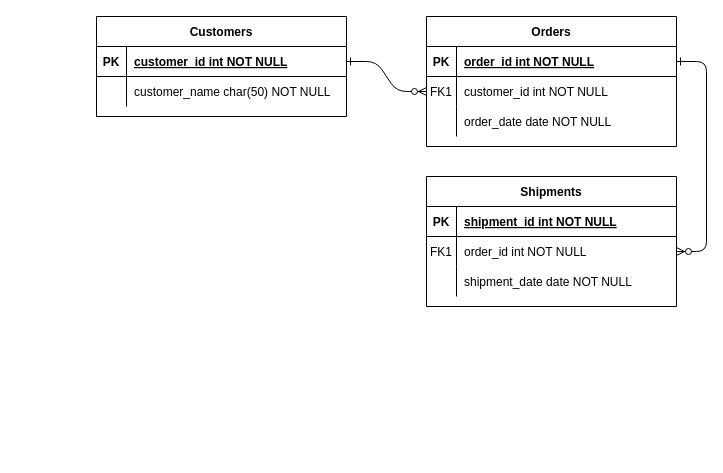
The draw.io diagram Untitled Diagram.drawio in ivamtra/idordaverkefni, before the edit. Source tidied: cells renumbered, new cells numbered last; positions are measured from the earlier drawing's top-left corner, leaving out a move shared by most shapes. Both pictures are drawn from the tidied source at 100%, with x=0, y=0 at pixel (96, 16).
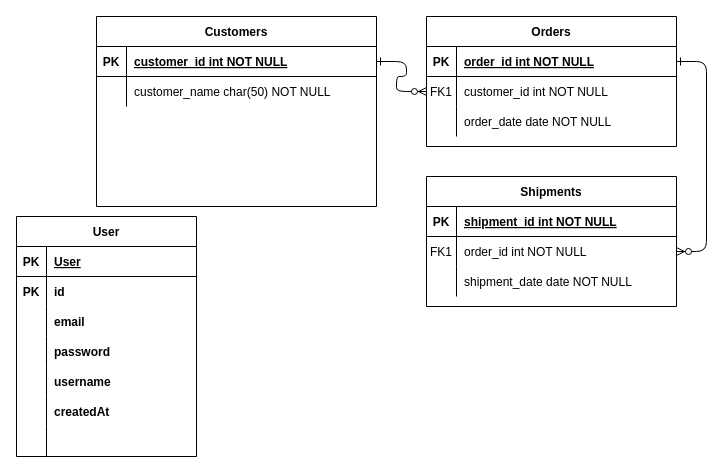
The same diagram, later.

What changed in the source:
```diff
@@
     <mxCell id="24" value="Customers" style="shape=table;startSize=30;childLayout=tableLayout;rowLines=0;fontStyle=1;align=center;" parent="1" vertex="1">
-      <mxGeometry width="250" height="100" as="geometry" />
+      <mxGeometry width="280" height="190" as="geometry" />
     </mxCell>
     <mxCell id="25" style="shape=partialRectangle;fillColor=none;points=[[0,0.5],[1,0.5]];portConstraint=eastwest;top=0;left=0;right=0;bottom=1;" parent="24" vertex="1">
-      <mxGeometry y="30" width="250" height="30" as="geometry" />
+      <mxGeometry y="30" width="280" height="30" as="geometry" />
     </mxCell>
@@
     <mxCell id="27" value="customer_id int NOT NULL " style="shape=partialRectangle;overflow=hidden;fillColor=none;top=0;left=0;bottom=0;right=0;align=left;spacingLeft=6;fontStyle=5;" parent="25" vertex="1">
-      <mxGeometry x="30" width="220" height="30" as="geometry" />
+      <mxGeometry x="30" width="250" height="30" as="geometry" />
     </mxCell>
     <mxCell id="28" style="shape=partialRectangle;fillColor=none;top=0;left=0;right=0;bottom=0;" parent="24" vertex="1">
-      <mxGeometry y="60" width="250" height="30" as="geometry" />
+      <mxGeometry y="60" width="280" height="30" as="geometry" />
     </mxCell>
@@
     <mxCell id="30" value="customer_name char(50) NOT NULL" style="shape=partialRectangle;overflow=hidden;fillColor=none;top=0;left=0;bottom=0;right=0;align=left;spacingLeft=6;" parent="28" vertex="1">
-      <mxGeometry x="30" width="220" height="30" as="geometry" />
+      <mxGeometry x="30" width="250" height="30" as="geometry" />
     </mxCell>
+    <mxCell id="31" value="User" style="shape=table;startSize=30;childLayout=tableLayout;rowLines=0;fontStyle=1;align=center;" parent="1" vertex="1">
+      <mxGeometry x="-80" y="200" width="180" height="240" as="geometry" />
+    </mxCell>
+    <mxCell id="32" style="shape=tableRow;horizontal=0;startSize=0;swimlaneHead=0;swimlaneBody=0;fillColor=none;top=0;left=0;right=0;bottom=1;" parent="31" vertex="1">
+      <mxGeometry y="30" width="180" height="30" as="geometry" />
+    </mxCell>
+    <mxCell id="33" value="PK" style="shape=partialRectangle;fillColor=none;top=0;left=0;bottom=0;right=0;fontStyle=1;overflow=hidden;" parent="32" vertex="1">
+      <mxGeometry width="30" height="30" as="geometry" />
+    </mxCell>
+    <mxCell id="34" value="User" style="shape=partialRectangle;fillColor=none;top=0;left=0;bottom=0;right=0;align=left;spacingLeft=6;fontStyle=5;overflow=hidden;" parent="32" vertex="1">
+      <mxGeometry x="30" width="150" height="30" as="geometry" />
+    </mxCell>
+    <mxCell id="35" style="shape=tableRow;horizontal=0;startSize=0;swimlaneHead=0;swimlaneBody=0;fillColor=none;top=0;left=0;right=0;bottom=0;" parent="31" vertex="1">
+      <mxGeometry y="60" width="180" height="30" as="geometry" />
+    </mxCell>
+    <mxCell id="36" value="PK" style="shape=partialRectangle;fillColor=none;top=0;left=0;bottom=0;right=0;overflow=hidden;fontStyle=1;" parent="35" vertex="1">
+      <mxGeometry width="30" height="30" as="geometry" />
+    </mxCell>
+    <mxCell id="37" value="id" style="shape=partialRectangle;fillColor=none;top=0;left=0;bottom=0;right=0;align=left;spacingLeft=6;overflow=hidden;fontStyle=1;" parent="35" vertex="1">
+      <mxGeometry x="30" width="150" height="30" as="geometry" />
+    </mxCell>
+    <mxCell id="38" style="shape=tableRow;horizontal=0;startSize=0;swimlaneHead=0;swimlaneBody=0;fillColor=none;top=0;left=0;right=0;bottom=0;" parent="31" vertex="1">
+      <mxGeometry y="90" width="180" height="30" as="geometry" />
+    </mxCell>
+    <mxCell id="39" style="shape=partialRectangle;fillColor=none;top=0;left=0;bottom=0;right=0;overflow=hidden;" parent="38" vertex="1">
+      <mxGeometry width="30" height="30" as="geometry" />
+    </mxCell>
+    <mxCell id="40" value="email" style="shape=partialRectangle;fillColor=none;top=0;left=0;bottom=0;right=0;align=left;spacingLeft=6;overflow=hidden;fontStyle=1;" parent="38" vertex="1">
+      <mxGeometry x="30" width="150" height="30" as="geometry" />
+    </mxCell>
+    <mxCell id="41" style="shape=tableRow;horizontal=0;startSize=0;swimlaneHead=0;swimlaneBody=0;fillColor=none;top=0;left=0;right=0;bottom=0;" parent="31" vertex="1">
+      <mxGeometry y="120" width="180" height="30" as="geometry" />
+    </mxCell>
+    <mxCell id="42" style="shape=partialRectangle;fillColor=none;top=0;left=0;bottom=0;right=0;overflow=hidden;" parent="41" vertex="1">
+      <mxGeometry width="30" height="30" as="geometry" />
+    </mxCell>
+    <mxCell id="43" value="password" style="shape=partialRectangle;fillColor=none;top=0;left=0;bottom=0;right=0;align=left;spacingLeft=6;overflow=hidden;fontStyle=1;" parent="41" vertex="1">
+      <mxGeometry x="30" width="150" height="30" as="geometry" />
+    </mxCell>
+    <mxCell id="44" style="shape=tableRow;horizontal=0;startSize=0;swimlaneHead=0;swimlaneBody=0;fillColor=none;top=0;left=0;right=0;bottom=0;" parent="31" vertex="1">
+      <mxGeometry y="150" width="180" height="30" as="geometry" />
+    </mxCell>
+    <mxCell id="45" style="shape=partialRectangle;fillColor=none;top=0;left=0;bottom=0;right=0;overflow=hidden;" parent="44" vertex="1">
+      <mxGeometry width="30" height="30" as="geometry" />
+    </mxCell>
+    <mxCell id="46" value="username" style="shape=partialRectangle;fillColor=none;top=0;left=0;bottom=0;right=0;align=left;spacingLeft=6;overflow=hidden;fontStyle=1;" parent="44" vertex="1">
+      <mxGeometry x="30" width="150" height="30" as="geometry" />
+    </mxCell>
+    <mxCell id="47" style="shape=tableRow;horizontal=0;startSize=0;swimlaneHead=0;swimlaneBody=0;fillColor=none;top=0;left=0;right=0;bottom=0;" parent="31" vertex="1">
+      <mxGeometry y="180" width="180" height="30" as="geometry" />
+    </mxCell>
+    <mxCell id="48" style="shape=partialRectangle;fillColor=none;top=0;left=0;bottom=0;right=0;overflow=hidden;" parent="47" vertex="1">
+      <mxGeometry width="30" height="30" as="geometry" />
+    </mxCell>
+    <mxCell id="49" value="createdAt" style="shape=partialRectangle;fillColor=none;top=0;left=0;bottom=0;right=0;align=left;spacingLeft=6;overflow=hidden;fontStyle=1;" parent="47" vertex="1">
+      <mxGeometry x="30" width="150" height="30" as="geometry" />
+    </mxCell>
+    <mxCell id="50" style="shape=tableRow;horizontal=0;startSize=0;swimlaneHead=0;swimlaneBody=0;fillColor=none;top=0;left=0;right=0;bottom=0;" parent="31" vertex="1">
+      <mxGeometry y="210" width="180" height="30" as="geometry" />
+    </mxCell>
+    <mxCell id="51" style="shape=partialRectangle;fillColor=none;top=0;left=0;bottom=0;right=0;overflow=hidden;" parent="50" vertex="1">
+      <mxGeometry width="30" height="30" as="geometry" />
+    </mxCell>
+    <mxCell id="52" style="shape=partialRectangle;fillColor=none;top=0;left=0;bottom=0;right=0;align=left;spacingLeft=6;overflow=hidden;fontStyle=1;" parent="50" vertex="1">
+      <mxGeometry x="30" width="150" height="30" as="geometry" />
+    </mxCell>
```
